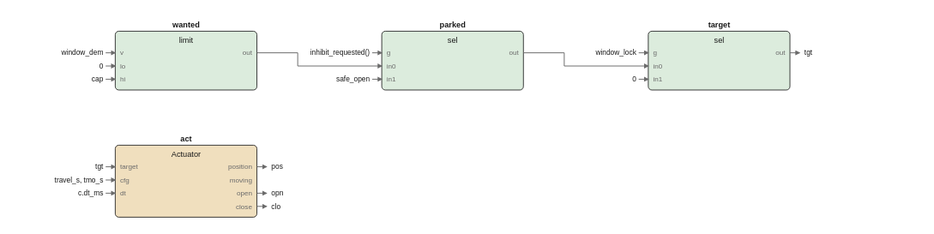
The draw.io diagram images/logic/windows_fbd.drawio.svg in pstch/botanik2, before a commit. Source tidied: cells renumbered, new cells last; positions are measured from the earlier drawing's top-left corner, leaving out a move shared by most shapes.
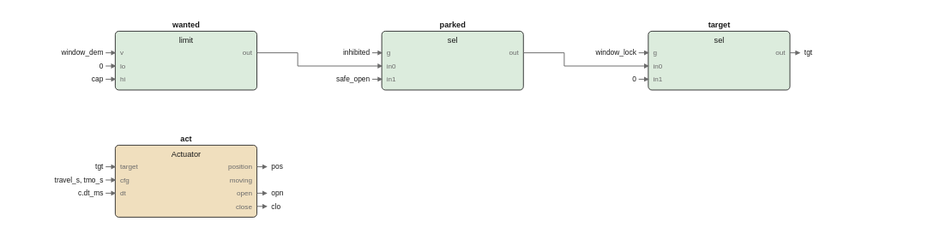
After the change.

What changed in the source:
```diff
@@ -142,8 +142,8 @@
         <mxPoint x="10" y="50" as="targetPoint" />
       </mxGeometry>
     </mxCell>
-    <mxCell id="41" value="inhibit_requested()" style="text;html=1;fontSize=6;fontColor=#1a1a1a;align=left;" parent="1" vertex="1">
-      <mxGeometry x="222" y="24" width="95" height="10" as="geometry" />
+    <mxCell id="41" value="inhibited" style="text;html=1;fontSize=6;fontColor=#1a1a1a;align=left;" parent="1" vertex="1">
+      <mxGeometry x="222" y="24" width="45" height="10" as="geometry" />
     </mxCell>
     <mxCell id="42" style="edgeStyle=none;html=1;strokeColor=#6b6b6b;endArrow=block;" parent="1" edge="1">
       <mxGeometry relative="1" as="geometry">
```
